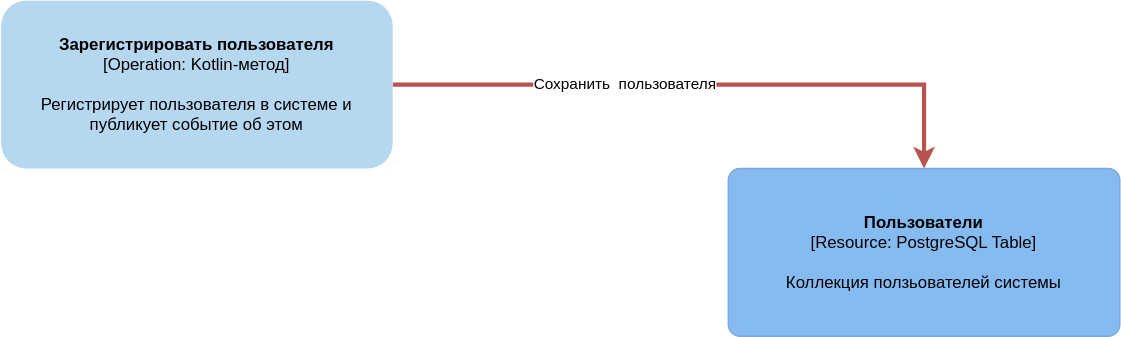
This is azhidkov.pro/content/effects-diagram/images/spec/descriptions.svg from d-r-q/developing-ergonomic-code, a draw.io export, as it was before one commit. Source tidied: cells renumbered, new cells last; positions are measured from the earlier drawing's top-left corner, leaving out a move shared by most shapes.
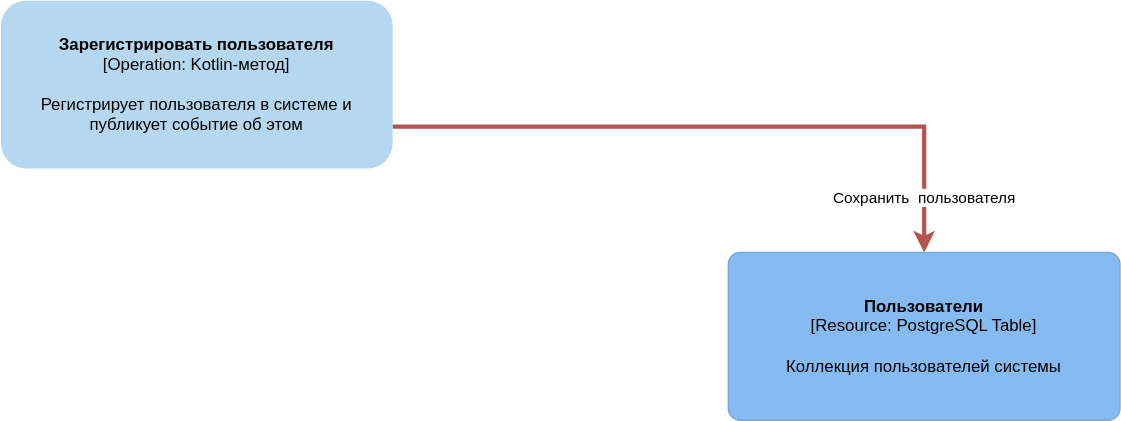
After the commit.

Diff of the diagram source:
```diff
@@ -2,24 +2,24 @@
   <root>
     <mxCell id="0" />
     <mxCell id="1" parent="0" />
-    <mxCell id="2" style="edgeStyle=none;rounded=0;jettySize=auto;html=1;fillColor=#f8cecc;strokeColor=#b85450;strokeWidth=3;" parent="1" edge="1" source="4" target="5">
+    <mxCell id="2" style="edgeStyle=none;rounded=0;jettySize=auto;html=1;fillColor=#f8cecc;strokeColor=#b85450;strokeWidth=3;exitX=1;exitY=0.75;exitDx=0;exitDy=0;" parent="1" edge="1" source="4" target="5">
       <mxGeometry relative="1" as="geometry">
         <Array as="points">
-          <mxPoint x="660" y="60" />
+          <mxPoint x="660" y="110" />
         </Array>
       </mxGeometry>
     </mxCell>
     <mxCell id="3" value="Сохранить&amp;nbsp; пользователя" style="edgeLabel;html=1;align=center;verticalAlign=middle;rounded=0;" parent="2" vertex="1">
       <mxGeometry x="0.14" relative="1" as="geometry">
-        <mxPoint x="-85" as="offset" />
+        <mxPoint x="112" y="50" as="offset" />
       </mxGeometry>
     </mxCell>
     <mxCell id="4" value="Зарегистрировать пользователя&lt;br&gt;&lt;span style=&quot;font-weight: normal&quot;&gt;[Operation: Kotlin-метод]&lt;/span&gt;&lt;br&gt;&lt;br&gt;&lt;span style=&quot;font-weight: normal&quot;&gt;Регистрирует пользователя в системе и публикует событие об этом&lt;/span&gt;" style="rounded=1;whiteSpace=wrap;html=1;fillColor=#B6D7F0;strokeColor=none;fontStyle=1;" parent="1" vertex="1">
-      <mxGeometry width="280" height="120" as="geometry" />
+      <mxGeometry y="20" width="280" height="120" as="geometry" />
     </mxCell>
-    <object id="5" label="&lt;b&gt;Пользователи&lt;/b&gt;&lt;br&gt;[Resource: PostgreSQL Table]&lt;br&gt;&lt;br&gt;Коллекция ползьователей системы" c4Description="Description" c4Name="name" c4Technology="technology" c4Type="Component" placeholders="1">
+    <object id="5" label="&lt;b&gt;Пользователи&lt;/b&gt;&lt;br&gt;[Resource: PostgreSQL Table]&lt;br&gt;&lt;br&gt;Коллекция пользователей системы" c4Description="Description" c4Name="name" c4Technology="technology" c4Type="Component" placeholders="1">
       <mxCell style="rounded=1;whiteSpace=wrap;html=1;labelBackgroundColor=none;fillColor=#85bbf0;fontColor=#000000;align=center;arcSize=7;strokeColor=#78a8d8;" parent="1" vertex="1">
-        <mxGeometry x="520" y="120" width="280" height="120" as="geometry" />
+        <mxGeometry x="520" y="200" width="280" height="120" as="geometry" />
       </mxCell>
     </object>
   </root>
```
